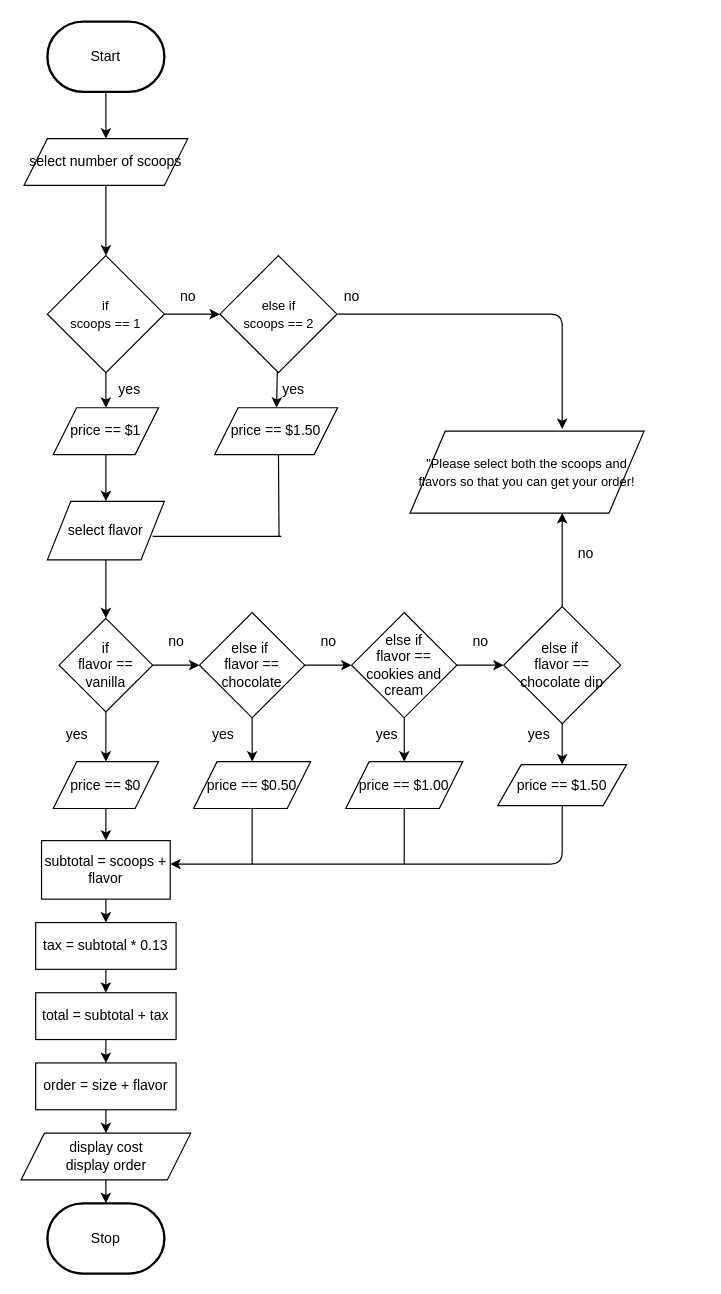
The draw.io diagram design/flowchart.drawio in MTHS-ICD2O-1-2024/ICD2O-Assignment-04-lynn-lukose-07, before the edit. Source tidied: cells renumbered, new cells numbered last; positions are measured from the earlier drawing's top-left corner, leaving out a move shared by most shapes. Both pictures are drawn from the tidied source at 117%, with x=0, y=0 at pixel (21, 21).
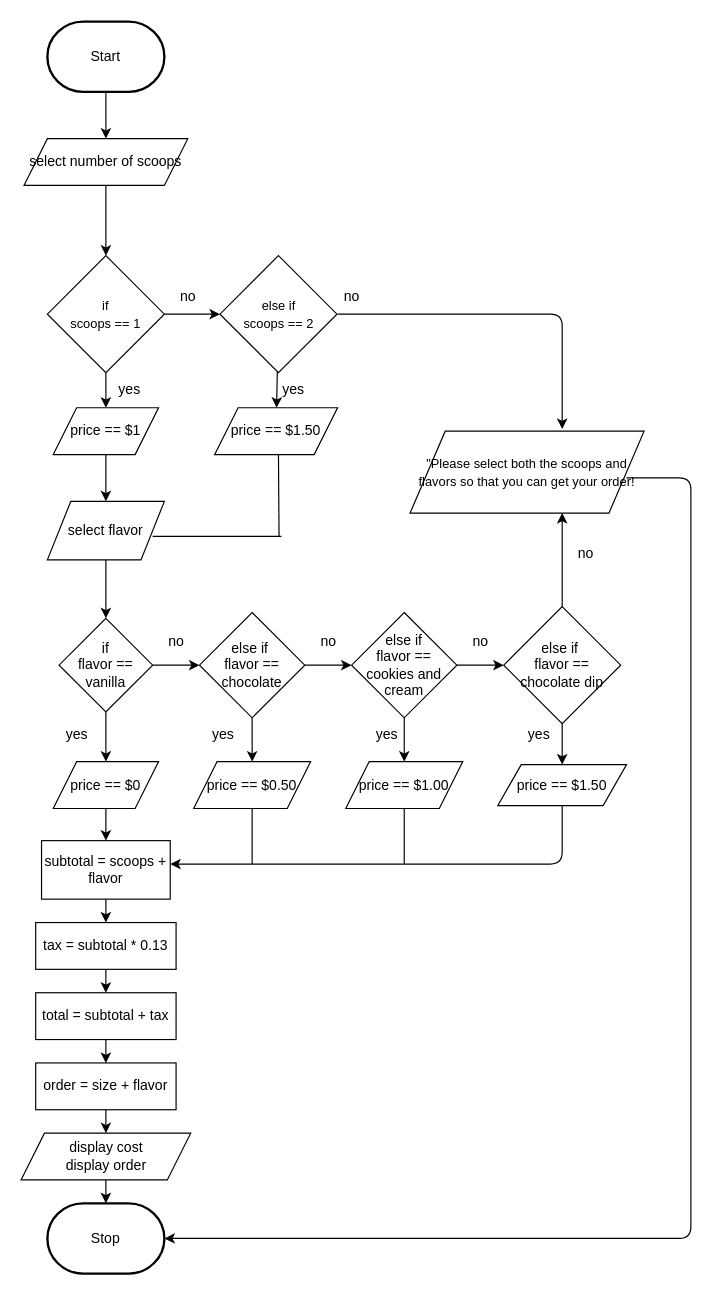
After the change.

The change refers to these unchanged cells:
```xml
<mxCell id="3" value="Stop" style="strokeWidth=2;html=1;shape=mxgraph.flowchart.terminator;whiteSpace=wrap;" parent="1" vertex="1">
  <mxGeometry x="22" y="1010" width="100" height="60" as="geometry" />
</mxCell>
```

The edit, as a diff of the source:
```diff
@@
+    <mxCell id="63" style="endArrow=classic;html=1;entryX=1;entryY=0.5;entryDx=0;entryDy=0;entryPerimeter=0;" parent="1" edge="1" target="3">
+      <mxGeometry relative="1" as="geometry">
+        <mxPoint x="517" y="390" as="sourcePoint" />
+        <Array as="points">
+          <mxPoint x="572" y="390" />
+          <mxPoint x="572" y="1040" />
+        </Array>
+      </mxGeometry>
+    </mxCell>
```
